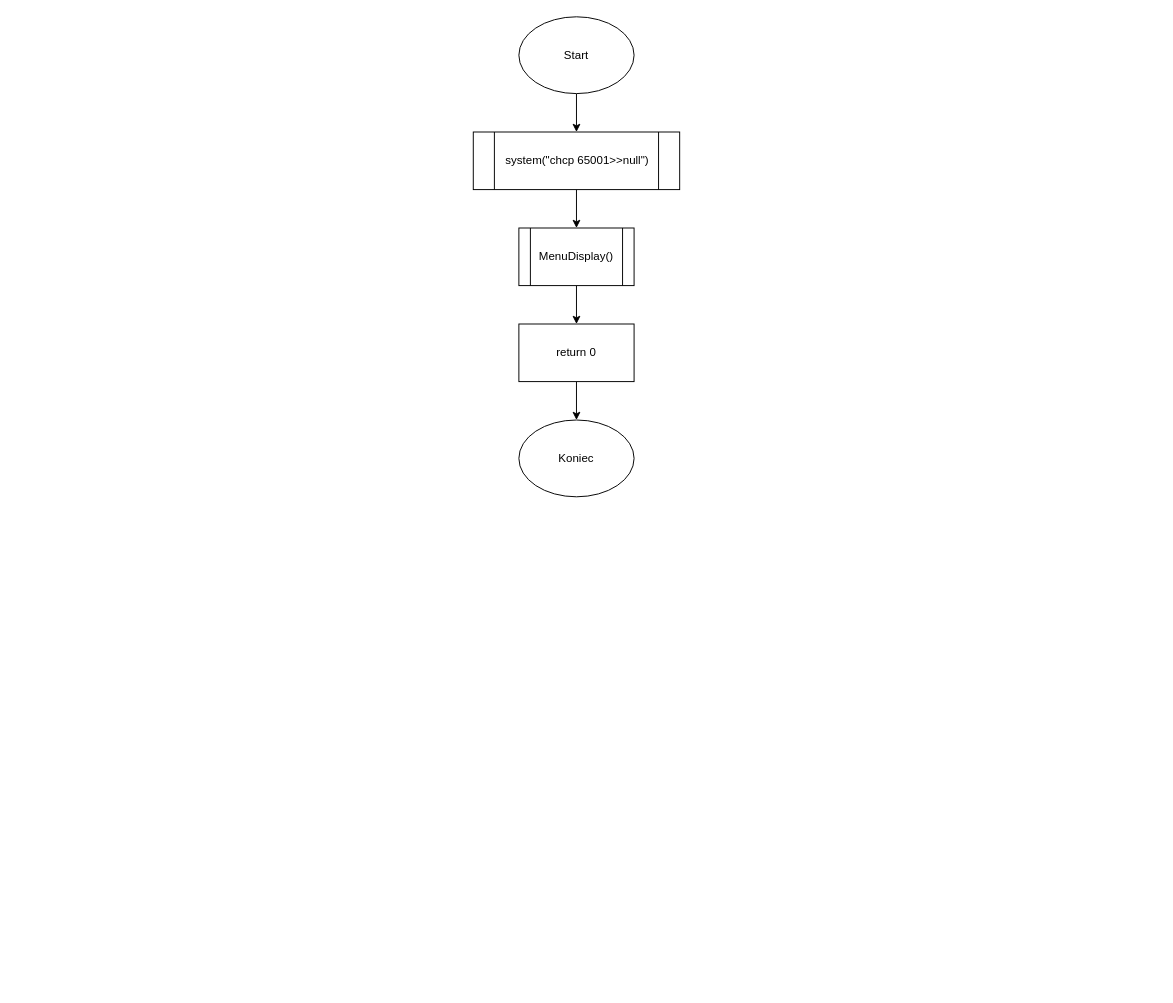
Before: schematy/Main.drawio in NoxerdieS/Projekt-system-adres-w, a draw.io diagram. Source tidied: cells renumbered, new cells numbered last; positions are measured from the earlier drawing's top-left corner, leaving out a move shared by most shapes. Both pictures are drawn from the tidied source at 96%, with x=0, y=0 at pixel (473, 16).
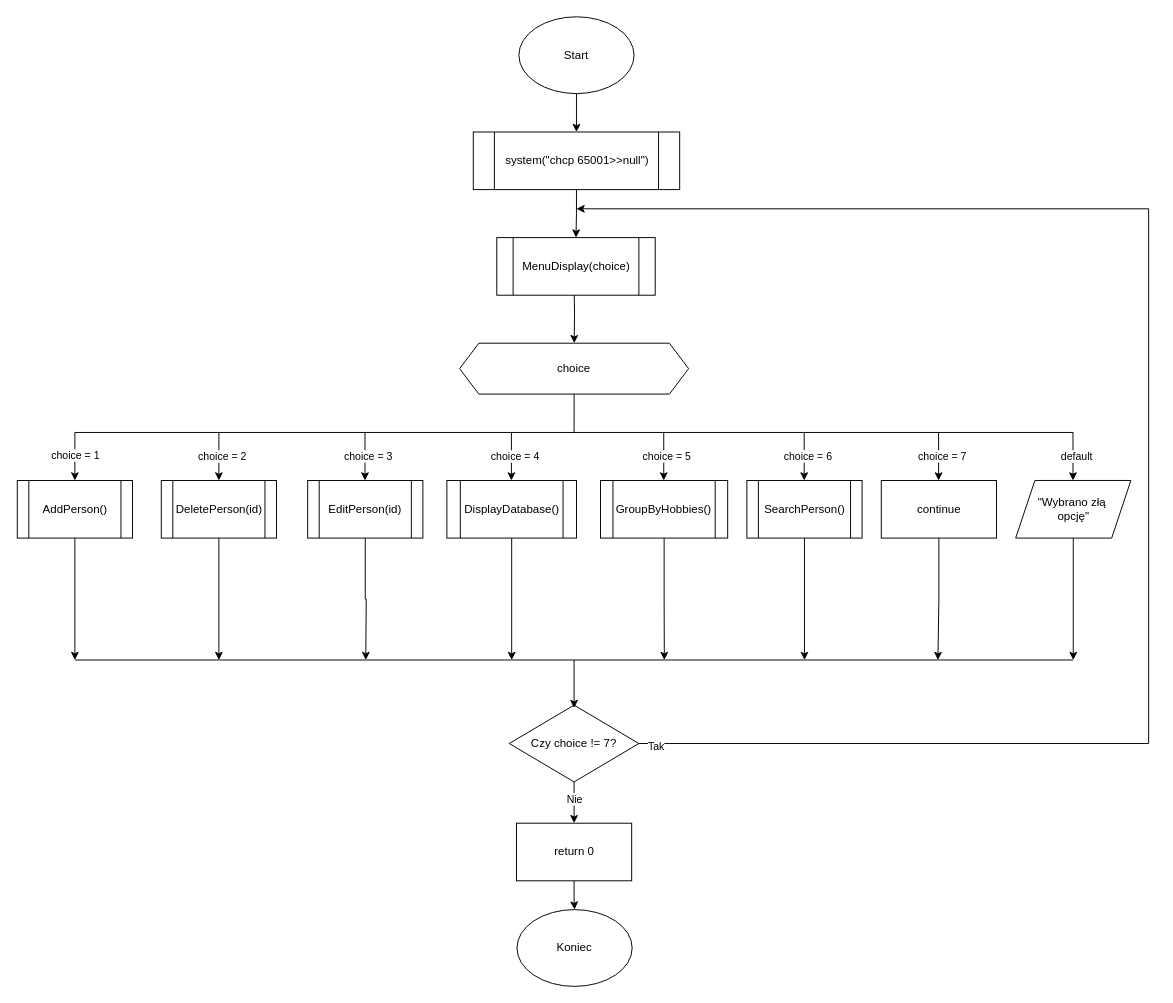
The same page after the edit.

The change refers to these unchanged cells:
```xml
<mxCell id="5" value="system(&quot;chcp 65001&amp;gt;&amp;gt;null&quot;)" style="shape=process;whiteSpace=wrap;html=1;backgroundOutline=1;" parent="1" vertex="1">
  <mxGeometry x="-0.5" y="120" width="215" height="60" as="geometry" />
</mxCell>
```

Diff of the diagram source:
```diff
@@
-    <mxCell id="4" style="edgeStyle=orthogonalEdgeStyle;rounded=0;jettySize=auto;html=1;" parent="1" edge="1" source="5" target="7">
+    <mxCell id="4" style="edgeStyle=orthogonalEdgeStyle;rounded=0;jettySize=auto;html=1;entryX=0.5;entryY=0;entryDx=0;entryDy=0;" parent="1" edge="1" source="5" target="54">
       <mxGeometry relative="1" as="geometry" />
     </mxCell>
@@
-    <mxCell id="6" style="edgeStyle=orthogonalEdgeStyle;rounded=0;jettySize=auto;html=1;" parent="1" edge="1" source="7" target="9">
-      <mxGeometry relative="1" as="geometry" />
-    </mxCell>
-    <mxCell id="7" value="MenuDisplay()" style="shape=process;whiteSpace=wrap;html=1;backgroundOutline=1;" parent="1" vertex="1">
-      <mxGeometry x="47" y="220" width="120" height="60" as="geometry" />
-    </mxCell>
+    <mxCell id="11" value="choice" style="shape=hexagon;perimeter=hexagonPerimeter2;whiteSpace=wrap;html=1;fixedSize=1;" parent="1" vertex="1">
+      <mxGeometry x="-14.7" y="340" width="238.5" height="53" as="geometry" />
+    </mxCell>
+    <mxCell id="12" style="edgeStyle=orthogonalEdgeStyle;rounded=0;jettySize=auto;html=1;" parent="1" edge="1" source="13">
+      <mxGeometry relative="1" as="geometry">
+        <mxPoint x="39.5" y="670" as="targetPoint" />
+      </mxGeometry>
+    </mxCell>
+    <mxCell id="13" value="DisplayDatabase()" style="shape=process;whiteSpace=wrap;html=1;backgroundOutline=1;" parent="1" vertex="1">
+      <mxGeometry x="-28" y="483" width="135" height="60" as="geometry" />
+    </mxCell>
+    <mxCell id="14" style="edgeStyle=orthogonalEdgeStyle;rounded=0;jettySize=auto;html=1;" parent="1" edge="1" source="15">
+      <mxGeometry relative="1" as="geometry">
+        <mxPoint x="198.5" y="670" as="targetPoint" />
+      </mxGeometry>
+    </mxCell>
+    <mxCell id="15" value="GroupByHobbies()" style="shape=process;whiteSpace=wrap;html=1;backgroundOutline=1;" parent="1" vertex="1">
+      <mxGeometry x="132" y="483" width="132.5" height="60" as="geometry" />
+    </mxCell>
+    <mxCell id="16" style="edgeStyle=orthogonalEdgeStyle;rounded=0;jettySize=auto;html=1;" parent="1" edge="1" source="17">
+      <mxGeometry relative="1" as="geometry">
+        <mxPoint x="344.5" y="670" as="targetPoint" />
+      </mxGeometry>
+    </mxCell>
+    <mxCell id="17" value="SearchPerson()" style="shape=process;whiteSpace=wrap;html=1;backgroundOutline=1;" parent="1" vertex="1">
+      <mxGeometry x="284.5" y="483" width="120" height="60" as="geometry" />
+    </mxCell>
+    <mxCell id="18" style="edgeStyle=orthogonalEdgeStyle;rounded=0;jettySize=auto;html=1;" parent="1" edge="1" source="19">
+      <mxGeometry relative="1" as="geometry">
+        <mxPoint x="-265.5" y="670" as="targetPoint" />
+      </mxGeometry>
+    </mxCell>
+    <mxCell id="19" value="DeletePerson(id)" style="shape=process;whiteSpace=wrap;html=1;backgroundOutline=1;" parent="1" vertex="1">
+      <mxGeometry x="-325.5" y="483" width="120" height="60" as="geometry" />
+    </mxCell>
+    <mxCell id="20" style="edgeStyle=orthogonalEdgeStyle;rounded=0;jettySize=auto;html=1;" parent="1" edge="1" source="21">
+      <mxGeometry relative="1" as="geometry">
+        <mxPoint x="-415.5" y="670" as="targetPoint" />
+      </mxGeometry>
+    </mxCell>
+    <mxCell id="21" value="AddPerson()" style="shape=process;whiteSpace=wrap;html=1;backgroundOutline=1;" parent="1" vertex="1">
+      <mxGeometry x="-475.5" y="483" width="120" height="60" as="geometry" />
+    </mxCell>
+    <mxCell id="22" style="edgeStyle=orthogonalEdgeStyle;rounded=0;jettySize=auto;html=1;" parent="1" edge="1" source="26">
+      <mxGeometry relative="1" as="geometry">
+        <mxPoint x="104.5" y="840" as="targetPoint" />
+      </mxGeometry>
+    </mxCell>
+    <mxCell id="23" value="Nie" style="edgeLabel;html=1;align=center;verticalAlign=middle;" parent="22" vertex="1">
+      <mxGeometry x="-0.21" relative="1" as="geometry" />
+    </mxCell>
+    <mxCell id="24" style="edgeStyle=orthogonalEdgeStyle;rounded=0;jettySize=auto;html=1;" parent="1" edge="1" source="26">
+      <mxGeometry relative="1" as="geometry">
+        <mxPoint x="107" y="200" as="targetPoint" />
+        <Array as="points">
+          <mxPoint x="703" y="757" />
+          <mxPoint x="703" y="200" />
+          <mxPoint x="107" y="200" />
+        </Array>
+      </mxGeometry>
+    </mxCell>
+    <mxCell id="25" value="Tak" style="edgeLabel;html=1;align=center;verticalAlign=middle;" parent="24" vertex="1">
+      <mxGeometry x="-0.98" y="-2" relative="1" as="geometry" />
+    </mxCell>
+    <mxCell id="26" value="Czy choice != 7?" style="rhombus;whiteSpace=wrap;html=1;" parent="1" vertex="1">
+      <mxGeometry x="37" y="717" width="135" height="80" as="geometry" />
+    </mxCell>
+    <mxCell id="27" style="endArrow=none;html=1;rounded=0;" parent="1" edge="1">
+      <mxGeometry relative="1" as="geometry">
+        <mxPoint x="-415.5" y="433" as="sourcePoint" />
+        <mxPoint x="624.5" y="433" as="targetPoint" />
+      </mxGeometry>
+    </mxCell>
+    <mxCell id="28" style="endArrow=classic;html=1;rounded=0;entryX=0.5;entryY=0;entryDx=0;entryDy=0;" parent="1" edge="1" target="21">
+      <mxGeometry relative="1" as="geometry">
+        <mxPoint x="-415.5" y="433" as="sourcePoint" />
+      </mxGeometry>
+    </mxCell>
+    <mxCell id="29" value="choice = 1" style="edgeLabel;html=1;align=center;verticalAlign=middle;" parent="28" vertex="1">
+      <mxGeometry x="-0.08" relative="1" as="geometry" />
+    </mxCell>
+    <mxCell id="30" style="edgeStyle=orthogonalEdgeStyle;rounded=0;jettySize=auto;html=1;" parent="1" edge="1" source="31">
+      <mxGeometry relative="1" as="geometry">
+        <mxPoint x="-112.5" y="670" as="targetPoint" />
+      </mxGeometry>
+    </mxCell>
+    <mxCell id="31" value="EditPerson(id)" style="shape=process;whiteSpace=wrap;html=1;backgroundOutline=1;" parent="1" vertex="1">
+      <mxGeometry x="-173" y="483" width="120" height="60" as="geometry" />
+    </mxCell>
+    <mxCell id="32" style="endArrow=classic;html=1;rounded=0;entryX=0.5;entryY=0;entryDx=0;entryDy=0;" parent="1" edge="1">
+      <mxGeometry relative="1" as="geometry">
+        <mxPoint x="-265.5" y="433" as="sourcePoint" />
+        <mxPoint x="-265.5" y="483" as="targetPoint" />
+      </mxGeometry>
+    </mxCell>
+    <mxCell id="33" value="choice = 2" style="edgeLabel;html=1;align=center;verticalAlign=middle;" parent="32" vertex="1">
+      <mxGeometry x="-0.04" y="3" relative="1" as="geometry" />
+    </mxCell>
+    <mxCell id="34" style="endArrow=classic;html=1;rounded=0;entryX=0.5;entryY=0;entryDx=0;entryDy=0;" parent="1" edge="1">
+      <mxGeometry relative="1" as="geometry">
+        <mxPoint x="-113.3" y="433" as="sourcePoint" />
+        <mxPoint x="-113.3" y="483" as="targetPoint" />
+      </mxGeometry>
+    </mxCell>
+    <mxCell id="35" value="choice = 3" style="edgeLabel;html=1;align=center;verticalAlign=middle;" parent="34" vertex="1">
+      <mxGeometry x="-0.04" y="3" relative="1" as="geometry" />
+    </mxCell>
+    <mxCell id="36" style="edgeStyle=orthogonalEdgeStyle;rounded=0;jettySize=auto;html=1;" parent="1" edge="1" source="37">
+      <mxGeometry relative="1" as="geometry">
+        <mxPoint x="483.5" y="670" as="targetPoint" />
+      </mxGeometry>
+    </mxCell>
+    <mxCell id="37" value="continue" style="rounded=0;whiteSpace=wrap;html=1;" parent="1" vertex="1">
+      <mxGeometry x="424.5" y="483" width="120" height="60" as="geometry" />
+    </mxCell>
+    <mxCell id="38" style="endArrow=classic;html=1;rounded=0;entryX=0.5;entryY=0;entryDx=0;entryDy=0;" parent="1" edge="1">
+      <mxGeometry relative="1" as="geometry">
+        <mxPoint x="39.2" y="433" as="sourcePoint" />
+        <mxPoint x="39.2" y="483" as="targetPoint" />
+      </mxGeometry>
+    </mxCell>
+    <mxCell id="39" value="choice = 4" style="edgeLabel;html=1;align=center;verticalAlign=middle;" parent="38" vertex="1">
+      <mxGeometry x="-0.04" y="3" relative="1" as="geometry" />
+    </mxCell>
+    <mxCell id="40" style="endArrow=classic;html=1;rounded=0;entryX=0.5;entryY=0;entryDx=0;entryDy=0;" parent="1" edge="1">
+      <mxGeometry relative="1" as="geometry">
+        <mxPoint x="197.9" y="433" as="sourcePoint" />
+        <mxPoint x="197.9" y="483" as="targetPoint" />
+      </mxGeometry>
+    </mxCell>
+    <mxCell id="41" value="choice = 5" style="edgeLabel;html=1;align=center;verticalAlign=middle;" parent="40" vertex="1">
+      <mxGeometry x="-0.04" y="3" relative="1" as="geometry" />
+    </mxCell>
+    <mxCell id="42" style="endArrow=classic;html=1;rounded=0;entryX=0.5;entryY=0;entryDx=0;entryDy=0;" parent="1" edge="1">
+      <mxGeometry relative="1" as="geometry">
+        <mxPoint x="344.2" y="433" as="sourcePoint" />
+        <mxPoint x="344.2" y="483" as="targetPoint" />
+      </mxGeometry>
+    </mxCell>
+    <mxCell id="43" value="choice = 6" style="edgeLabel;html=1;align=center;verticalAlign=middle;" parent="42" vertex="1">
+      <mxGeometry x="-0.04" y="3" relative="1" as="geometry" />
+    </mxCell>
+    <mxCell id="44" style="endArrow=classic;html=1;rounded=0;entryX=0.5;entryY=0;entryDx=0;entryDy=0;" parent="1" edge="1">
+      <mxGeometry relative="1" as="geometry">
+        <mxPoint x="484.2" y="433" as="sourcePoint" />
+        <mxPoint x="484.2" y="483" as="targetPoint" />
+      </mxGeometry>
+    </mxCell>
+    <mxCell id="45" value="choice = 7" style="edgeLabel;html=1;align=center;verticalAlign=middle;" parent="44" vertex="1">
+      <mxGeometry x="-0.04" y="3" relative="1" as="geometry" />
+    </mxCell>
+    <mxCell id="46" style="endArrow=none;html=1;rounded=0;entryX=0.5;entryY=1;entryDx=0;entryDy=0;" parent="1" edge="1" target="11">
+      <mxGeometry relative="1" as="geometry">
+        <mxPoint x="104.5" y="433" as="sourcePoint" />
+      </mxGeometry>
+    </mxCell>
+    <mxCell id="47" style="edgeStyle=orthogonalEdgeStyle;rounded=0;jettySize=auto;html=1;" parent="1" edge="1" source="48">
+      <mxGeometry relative="1" as="geometry">
+        <mxPoint x="624.5" y="670" as="targetPoint" />
+      </mxGeometry>
+    </mxCell>
+    <mxCell id="48" value="&quot;Wybrano złą&amp;nbsp;&lt;div&gt;opcję&quot;&lt;/div&gt;" style="shape=parallelogram;perimeter=parallelogramPerimeter;whiteSpace=wrap;html=1;fixedSize=1;" parent="1" vertex="1">
+      <mxGeometry x="564.5" y="483" width="120" height="60" as="geometry" />
+    </mxCell>
+    <mxCell id="49" style="endArrow=classic;html=1;rounded=0;entryX=0.5;entryY=0;entryDx=0;entryDy=0;" parent="1" edge="1">
+      <mxGeometry relative="1" as="geometry">
+        <mxPoint x="624.2" y="433" as="sourcePoint" />
+        <mxPoint x="624.2" y="483" as="targetPoint" />
+      </mxGeometry>
+    </mxCell>
+    <mxCell id="50" value="default" style="edgeLabel;html=1;align=center;verticalAlign=middle;" parent="49" vertex="1">
+      <mxGeometry x="-0.04" y="3" relative="1" as="geometry" />
+    </mxCell>
+    <mxCell id="51" style="endArrow=none;html=1;rounded=0;" parent="1" edge="1">
+      <mxGeometry relative="1" as="geometry">
+        <mxPoint x="-415.5" y="670" as="sourcePoint" />
+        <mxPoint x="624.5" y="670" as="targetPoint" />
+      </mxGeometry>
+    </mxCell>
+    <mxCell id="52" style="endArrow=classic;html=1;rounded=0;entryX=0.5;entryY=0;entryDx=0;entryDy=0;" parent="1" edge="1">
+      <mxGeometry relative="1" as="geometry">
+        <mxPoint x="104.5" y="670" as="sourcePoint" />
+        <mxPoint x="104.5" y="720" as="targetPoint" />
+      </mxGeometry>
+    </mxCell>
+    <mxCell id="53" style="edgeStyle=orthogonalEdgeStyle;rounded=0;jettySize=auto;html=1;" parent="1" edge="1" target="11">
+      <mxGeometry relative="1" as="geometry">
+        <mxPoint x="104.5" y="280" as="sourcePoint" />
+      </mxGeometry>
+    </mxCell>
+    <mxCell id="54" value="MenuDisplay(choice)" style="shape=process;whiteSpace=wrap;html=1;backgroundOutline=1;" parent="1" vertex="1">
+      <mxGeometry x="24" y="230" width="165" height="60" as="geometry" />
+    </mxCell>
@@
     <mxCell id="9" value="return 0" style="rounded=0;whiteSpace=wrap;html=1;" parent="1" vertex="1">
-      <mxGeometry x="47" y="320" width="120" height="60" as="geometry" />
+      <mxGeometry x="44.5" y="840" width="120" height="60" as="geometry" />
     </mxCell>
     <mxCell id="10" value="Koniec" style="ellipse;whiteSpace=wrap;html=1;" parent="1" vertex="1">
-      <mxGeometry x="47" y="420" width="120" height="80" as="geometry" />
+      <mxGeometry x="45" y="930" width="120" height="80" as="geometry" />
     </mxCell>
```
